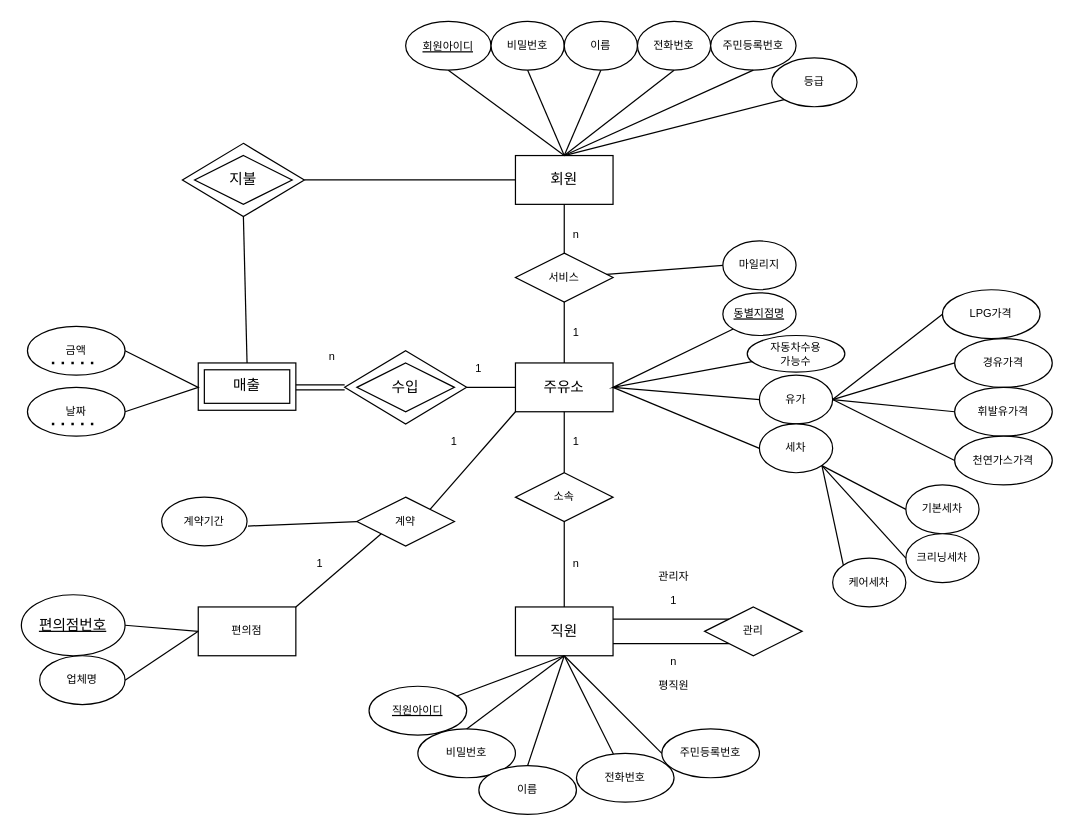
Before: Untitled Diagram.drawio in junki1912/DataBase_base, a draw.io diagram. Source tidied: cells renumbered, new cells numbered last; positions are measured from the earlier drawing's top-left corner, leaving out a move shared by most shapes. Both pictures are drawn from the tidied source at 122%, with x=0, y=0 at pixel (21, 21).
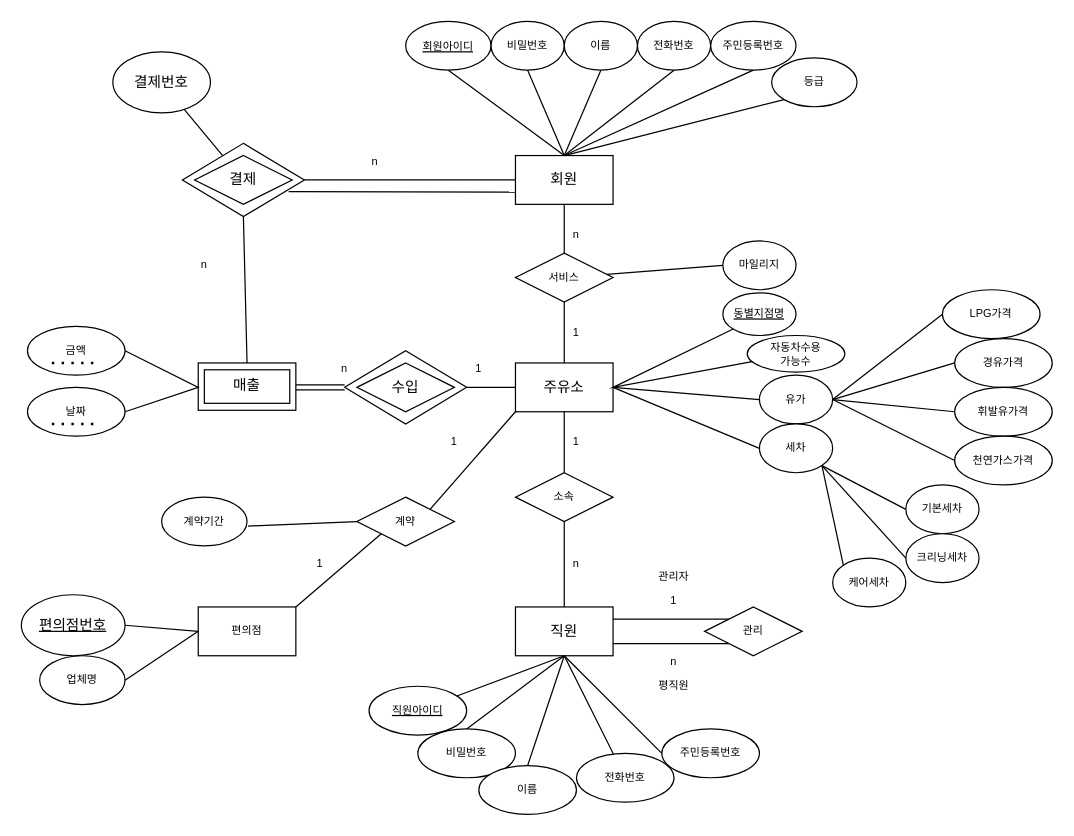
Above is the later version.

The change refers to these unchanged cells:
```xml
<mxCell id="3" value="회원" style="rounded=0;whiteSpace=wrap;html=1;" parent="1" vertex="1">
  <mxGeometry x="405" y="110" width="80" height="40" as="geometry" />
</mxCell>
<mxCell id="93" style="rhombus;whiteSpace=wrap;html=1;" parent="1" vertex="1">
  <mxGeometry x="132" y="100" width="100" height="60" as="geometry" />
</mxCell>
```

The edit, as a diff of the source:
```diff
@@
     <mxCell id="71" value="n" style="text;html=1;strokeColor=none;fillColor=none;align=center;verticalAlign=middle;whiteSpace=wrap;rounded=0;fontSize=9;" parent="1" vertex="1">
-      <mxGeometry x="225" y="260" width="60" height="30" as="geometry" />
+      <mxGeometry x="95" y="145" width="110" height="110" as="geometry" />
     </mxCell>
@@
-    <mxCell id="94" value="지불" style="rhombus;whiteSpace=wrap;html=1;" parent="1" vertex="1">
+    <mxCell id="94" value="결제" style="rhombus;whiteSpace=wrap;html=1;" parent="1" vertex="1">
       <mxGeometry x="142" y="110" width="80" height="40" as="geometry" />
     </mxCell>
@@
+    <mxCell id="96" value="결제번호" style="ellipse;whiteSpace=wrap;html=1;" parent="1" vertex="1">
+      <mxGeometry x="75" y="25" width="80" height="50" as="geometry" />
+    </mxCell>
+    <mxCell id="97" style="endArrow=none;html=1;rounded=0;" parent="1" edge="1" target="96">
+      <mxGeometry relative="1" as="geometry">
+        <mxPoint x="165" y="110" as="sourcePoint" />
+      </mxGeometry>
+    </mxCell>
+    <mxCell id="98" value="n" style="text;html=1;strokeColor=none;fillColor=none;align=center;verticalAlign=middle;whiteSpace=wrap;rounded=0;fontSize=9;" parent="1" vertex="1">
+      <mxGeometry x="235" y="270" width="60" height="30" as="geometry" />
+    </mxCell>
+    <mxCell id="99" value="n" style="text;html=1;strokeColor=none;fillColor=none;align=center;verticalAlign=middle;whiteSpace=wrap;rounded=0;fontSize=9;" parent="1" vertex="1">
+      <mxGeometry x="235" y="60" width="110" height="110" as="geometry" />
+    </mxCell>
+    <mxCell id="100" style="endArrow=none;html=1;rounded=0;exitX=0.871;exitY=0.66;exitDx=0;exitDy=0;entryX=0;entryY=0.75;entryDx=0;entryDy=0;exitPerimeter=0;" parent="1" edge="1" source="93" target="3">
+      <mxGeometry relative="1" as="geometry" />
+    </mxCell>
```
